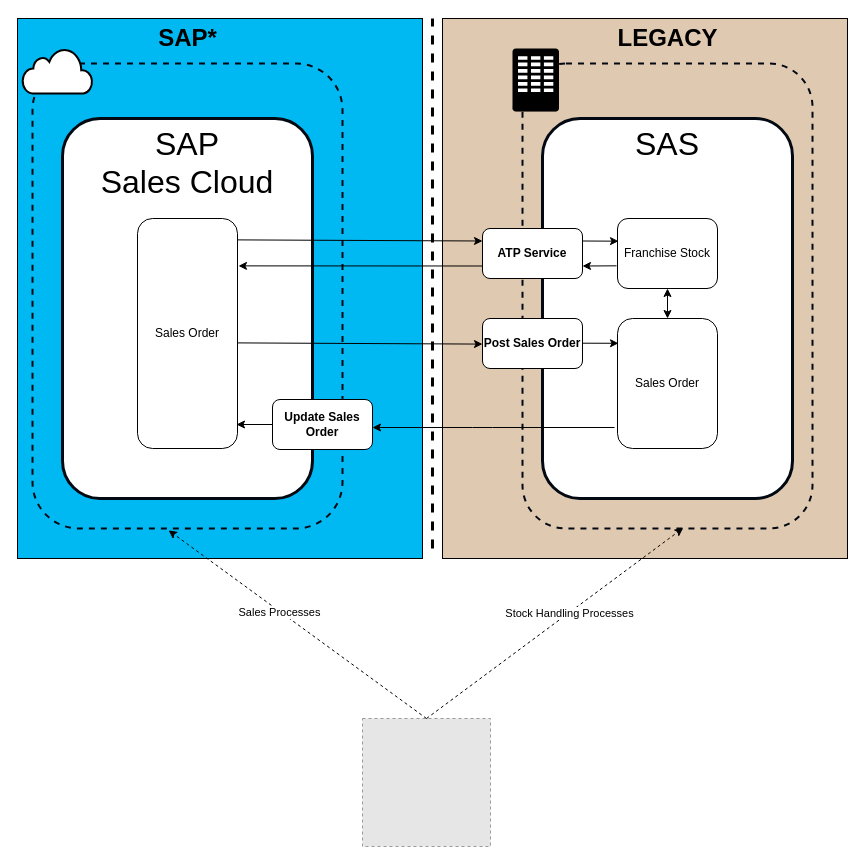
Above: page "Option 3a - SAS" (5 of 6) of Franchise.drawio in mrf742002/Diagrams (draw.io), before the change. Source tidied: cells renumbered, new cells numbered last; positions are measured from the earlier drawing's top-left corner, leaving out a move shared by most shapes. Both pictures are drawn from the tidied source at 100%, with x=0, y=0 at pixel (17, 18). Pictures stored in the file or linked from it are replaced by grey dashed boxes.
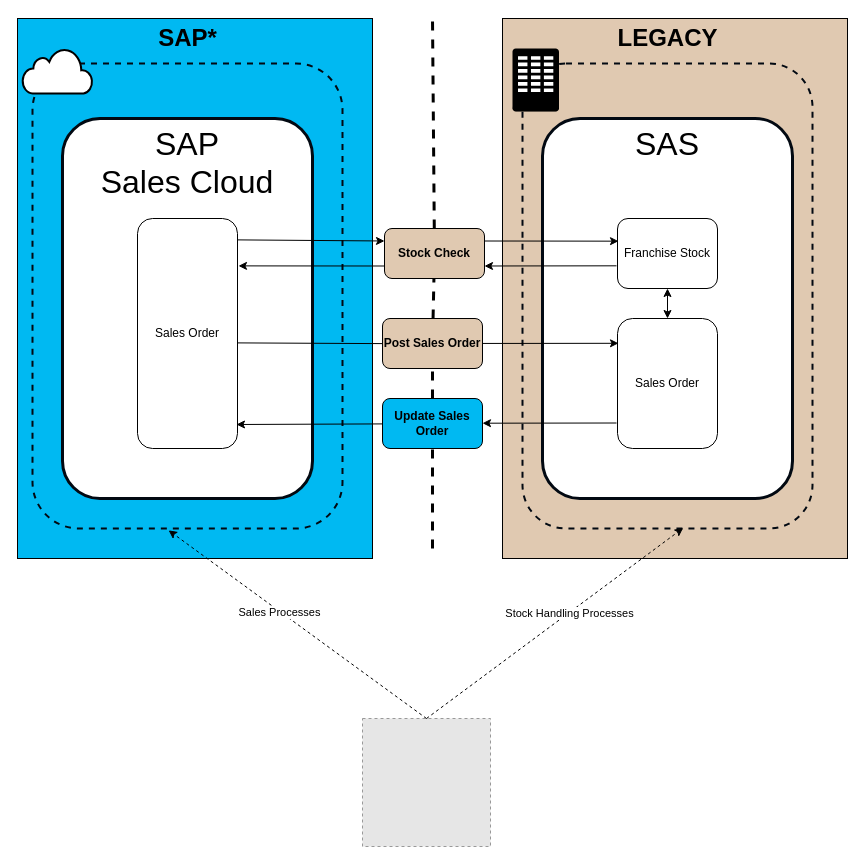
Above is the later version.

What changed in the source:
```diff
@@
     <mxCell id="2" style="rounded=0;whiteSpace=wrap;html=1;fillColor=#E0C9B1;" parent="1" vertex="1">
-      <mxGeometry x="425" width="405" height="540" as="geometry" />
+      <mxGeometry x="485" width="345" height="540" as="geometry" />
     </mxCell>
     <mxCell id="3" style="rounded=0;whiteSpace=wrap;html=1;fillColor=#00B9F2;" parent="1" vertex="1">
-      <mxGeometry width="405" height="540" as="geometry" />
+      <mxGeometry width="355" height="540" as="geometry" />
     </mxCell>
@@
-    <mxCell id="10" value="Update Sales Order" style="rounded=1;whiteSpace=wrap;html=1;fontStyle=1;" parent="1" vertex="1">
-      <mxGeometry x="255" y="381" width="100" height="50" as="geometry" />
-    </mxCell>
-    <mxCell id="11" value="Post Sales Order" style="rounded=1;whiteSpace=wrap;html=1;fontStyle=1;" parent="1" vertex="1">
-      <mxGeometry x="465" y="300" width="100" height="50" as="geometry" />
-    </mxCell>
@@
-    <mxCell id="13" value="ATP Service" style="rounded=1;whiteSpace=wrap;html=1;fontStyle=1;" parent="1" vertex="1">
-      <mxGeometry x="465" y="210" width="100" height="50" as="geometry" />
-    </mxCell>
@@
-    <mxCell id="19" style="endArrow=classic;html=1;exitX=1;exitY=0.25;exitDx=0;exitDy=0;entryX=0.01;entryY=0.324;entryDx=0;entryDy=0;entryPerimeter=0;" parent="1" edge="1">
+    <mxCell id="19" style="endArrow=classic;html=1;entryX=0.01;entryY=0.324;entryDx=0;entryDy=0;entryPerimeter=0;" parent="1" edge="1" source="11">
       <mxGeometry relative="1" as="geometry">
-        <mxPoint x="565" y="324.7" as="sourcePoint" />
         <mxPoint x="601" y="324.8" as="targetPoint" />
       </mxGeometry>
     </mxCell>
@@
-    <mxCell id="21" style="endArrow=classic;html=1;" parent="1" edge="1">
-      <mxGeometry relative="1" as="geometry">
-        <mxPoint x="597" y="409" as="sourcePoint" />
-        <mxPoint x="355" y="409" as="targetPoint" />
-        <Array as="points">
-          <mxPoint x="465" y="409" />
-        </Array>
-      </mxGeometry>
-    </mxCell>
-    <mxCell id="22" style="endArrow=classic;html=1;exitX=0;exitY=0.5;exitDx=0;exitDy=0;" parent="1" edge="1" source="10">
+    <mxCell id="22" style="endArrow=classic;html=1;exitX=1;exitY=0.5;exitDx=0;exitDy=0;" parent="1" edge="1" source="10">
       <mxGeometry relative="1" as="geometry">
         <mxPoint x="219" y="406" as="targetPoint" />
       </mxGeometry>
     </mxCell>
-    <mxCell id="23" style="endArrow=none;dashed=1;html=1;strokeWidth=3;" parent="1" edge="1">
+    <mxCell id="23" style="endArrow=none;dashed=1;html=1;strokeWidth=3;startArrow=none;" parent="1" edge="1" source="13">
       <mxGeometry relative="1" as="geometry">
-        <mxPoint x="415" y="530" as="sourcePoint" />
         <mxPoint x="415" as="targetPoint" />
       </mxGeometry>
     </mxCell>
@@
+    <mxCell id="13" value="Stock Check" style="rounded=1;whiteSpace=wrap;html=1;fontStyle=1;fillColor=#E0C9B1;" parent="1" vertex="1">
+      <mxGeometry x="367" y="210" width="100" height="50" as="geometry" />
+    </mxCell>
+    <mxCell id="33" style="endArrow=none;dashed=1;html=1;strokeWidth=3;startArrow=none;" parent="1" edge="1" source="11" target="13">
+      <mxGeometry relative="1" as="geometry" />
+    </mxCell>
+    <mxCell id="11" value="Post Sales Order" style="rounded=1;whiteSpace=wrap;html=1;fontStyle=1;fillColor=#E0C9B1;" parent="1" vertex="1">
+      <mxGeometry x="365" y="300" width="100" height="50" as="geometry" />
+    </mxCell>
+    <mxCell id="34" style="endArrow=none;dashed=1;html=1;strokeWidth=3;startArrow=none;" parent="1" edge="1" source="10" target="11">
+      <mxGeometry relative="1" as="geometry" />
+    </mxCell>
+    <mxCell id="10" value="Update Sales Order" style="rounded=1;whiteSpace=wrap;html=1;fontStyle=1;fillColor=#00B9F2;" parent="1" vertex="1">
+      <mxGeometry x="365" y="380" width="100" height="50" as="geometry" />
+    </mxCell>
+    <mxCell id="35" style="endArrow=none;dashed=1;html=1;strokeWidth=3;" parent="1" edge="1" target="10">
+      <mxGeometry relative="1" as="geometry">
+        <mxPoint x="415" y="530" as="sourcePoint" />
+      </mxGeometry>
+    </mxCell>
+    <mxCell id="36" style="endArrow=classic;html=1;exitX=-0.01;exitY=0.676;exitDx=0;exitDy=0;exitPerimeter=0;entryX=1;entryY=0.75;entryDx=0;entryDy=0;" parent="1" edge="1">
+      <mxGeometry relative="1" as="geometry">
+        <mxPoint x="599" y="404.5" as="sourcePoint" />
+        <mxPoint x="465" y="404.7" as="targetPoint" />
+      </mxGeometry>
+    </mxCell>
```
